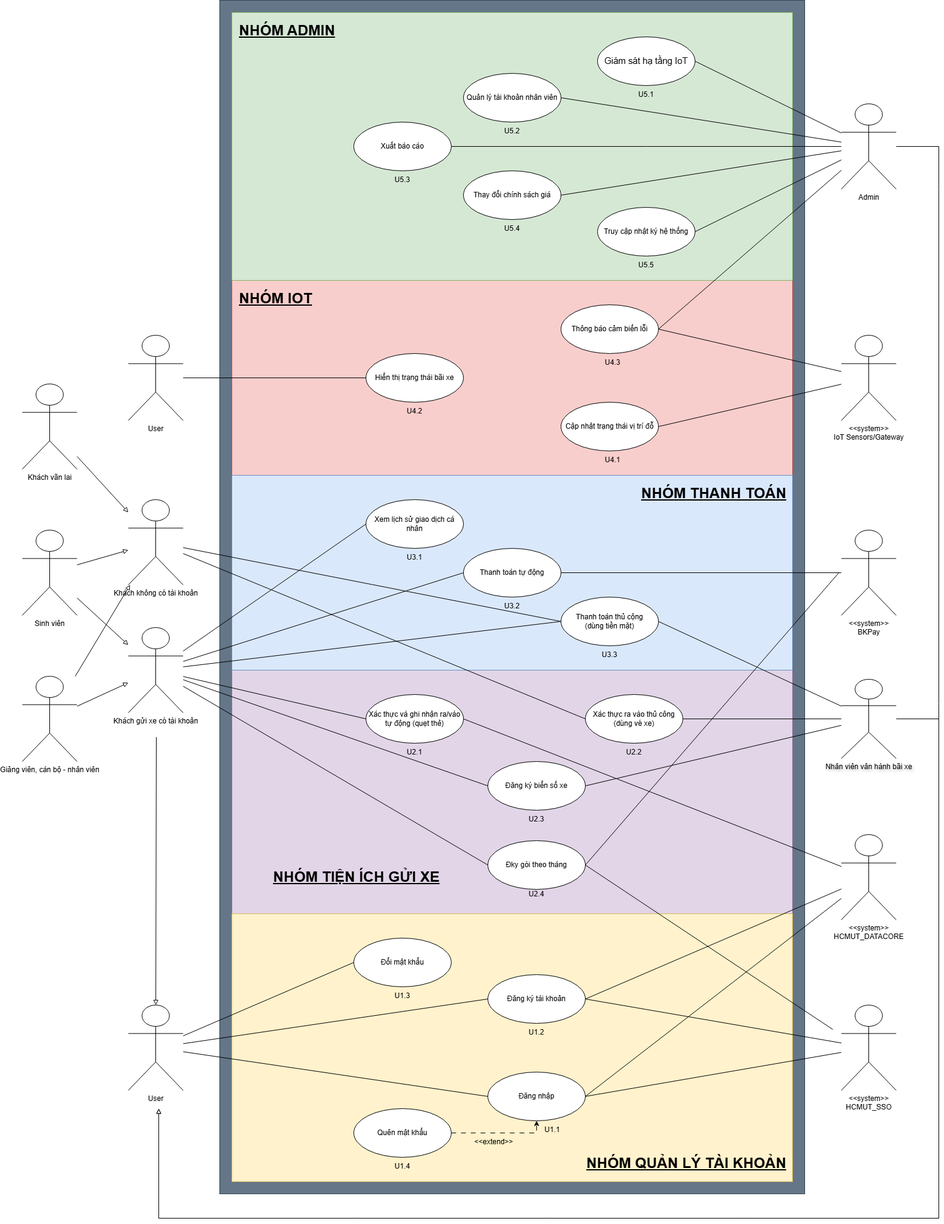
This is LaTex/pictures/usecase_diagram.png from KTX-0711/Software-Engineering-Assignment-HK252, a draw.io export, as it was before one commit. Source tidied: cells renumbered, new cells last; positions are measured from the earlier drawing's top-left corner, leaving out a move shared by most shapes.
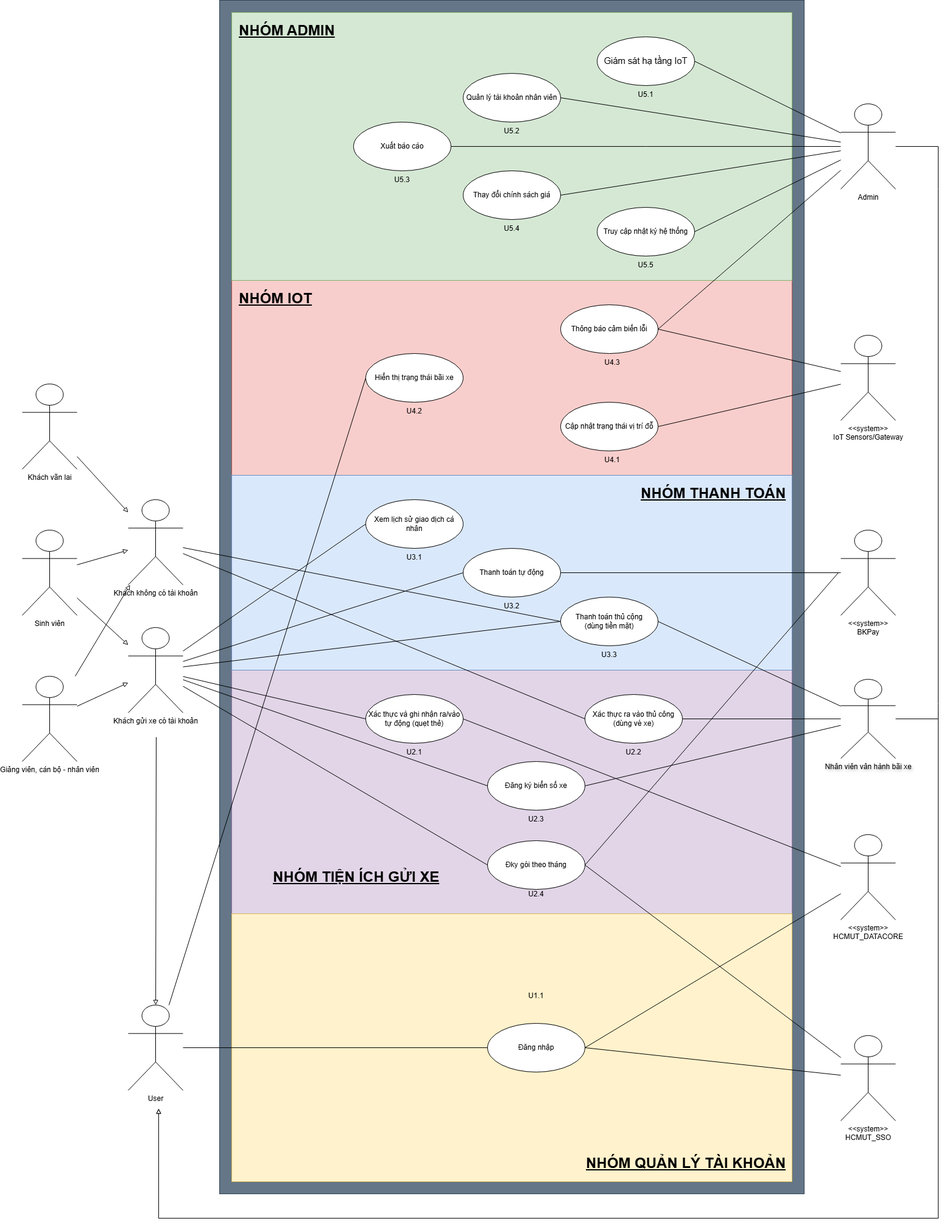
After the change.

Diff of the diagram source:
```diff
@@ -36,14 +36,11 @@
       <mxGeometry x="764" y="1380" width="160" height="80" as="geometry" />
     </mxCell>
     <mxCell id="13" value="Đăng nhập" style="shape=ellipse;whiteSpace=wrap;html=1;backgroundOutline=1;" parent="1" vertex="1">
-      <mxGeometry x="764" y="1760" width="160" height="80" as="geometry" />
+      <mxGeometry x="764" y="1680" width="160" height="80" as="geometry" />
     </mxCell>
     <mxCell id="14" value="Đăng ký biển số xe" style="shape=ellipse;whiteSpace=wrap;html=1;backgroundOutline=1;" parent="1" vertex="1">
       <mxGeometry x="764" y="1250" width="160" height="80" as="geometry" />
     </mxCell>
-    <mxCell id="15" value="Đăng ký tài khoản" style="shape=ellipse;whiteSpace=wrap;html=1;backgroundOutline=1;" parent="1" vertex="1">
-      <mxGeometry x="764" y="1600" width="160" height="80" as="geometry" />
-    </mxCell>
     <mxCell id="16" value="Thay đổi chính sách giá" style="shape=ellipse;whiteSpace=wrap;html=1;backgroundOutline=1;" parent="1" vertex="1">
       <mxGeometry x="724" y="280" width="160" height="80" as="geometry" />
     </mxCell>
@@ -63,24 +60,11 @@
       <mxGeometry x="1344" y="870" width="90" height="140" as="geometry" />
     </mxCell>
     <mxCell id="22" value="&lt;div&gt;&amp;lt;&amp;lt;system&amp;gt;&amp;gt;&lt;/div&gt;HCMUT_SSO" style="shape=umlActor;verticalLabelPosition=bottom;verticalAlign=top;html=1;outlineConnect=0;" parent="1" vertex="1">
-      <mxGeometry x="1344" y="1650" width="90" height="140" as="geometry" />
+      <mxGeometry x="1344" y="1700" width="90" height="140" as="geometry" />
     </mxCell>
     <mxCell id="23" value="&lt;div&gt;&amp;lt;&amp;lt;system&amp;gt;&amp;gt;&lt;/div&gt;&lt;div&gt;IoT Sensors/Gateway&lt;/div&gt;" style="shape=umlActor;verticalLabelPosition=bottom;verticalAlign=top;html=1;outlineConnect=0;" parent="1" vertex="1">
       <mxGeometry x="1344" y="550" width="90" height="140" as="geometry" />
     </mxCell>
-    <mxCell id="24" value="Đổi mật khẩu" style="shape=ellipse;whiteSpace=wrap;html=1;backgroundOutline=1;" parent="1" vertex="1">
-      <mxGeometry x="544" y="1540" width="160" height="80" as="geometry" />
-    </mxCell>
-    <mxCell id="25" value="Quên mật khẩu" style="shape=ellipse;whiteSpace=wrap;html=1;backgroundOutline=1;" parent="1" vertex="1">
-      <mxGeometry x="544" y="1820" width="160" height="80" as="geometry" />
-    </mxCell>
-    <mxCell id="26" style="endArrow=classic;html=1;rounded=0;dashed=1;dashPattern=8 8;entryX=0.5;entryY=1;entryDx=0;entryDy=0;exitX=1;exitY=0.5;exitDx=0;exitDy=0;" parent="1" edge="1" source="25" target="13">
-      <mxGeometry relative="1" as="geometry">
-        <Array as="points">
-          <mxPoint x="844" y="1860" />
-        </Array>
-      </mxGeometry>
-    </mxCell>
     <mxCell id="27" value="&lt;span style=&quot;&quot; class=&quot;notion-enable-hover&quot;&gt;Xác thực và ghi nhận ra/vào tự động (quẹt thẻ)&lt;/span&gt;" style="shape=ellipse;whiteSpace=wrap;html=1;backgroundOutline=1;" parent="1" vertex="1">
       <mxGeometry x="564" y="1140" width="160" height="80" as="geometry" />
     </mxCell>
@@ -93,9 +77,6 @@
     <mxCell id="30" value="User" style="shape=umlActor;verticalLabelPosition=bottom;verticalAlign=top;html=1;outlineConnect=0;" parent="1" vertex="1">
       <mxGeometry x="174" y="1650" width="90" height="140" as="geometry" />
     </mxCell>
-    <mxCell id="31" style="endArrow=none;html=1;rounded=0;entryX=0;entryY=0.5;entryDx=0;entryDy=0;" parent="1" edge="1" source="30" target="15">
-      <mxGeometry relative="1" as="geometry" />
-    </mxCell>
     <mxCell id="32" value="Khách gửi xe có tài khoản" style="shape=umlActor;verticalLabelPosition=bottom;verticalAlign=top;html=1;outlineConnect=0;" parent="1" vertex="1">
       <mxGeometry x="174" y="1030" width="90" height="140" as="geometry" />
     </mxCell>
@@ -104,9 +85,6 @@
         <mxPoint x="220" y="1210" as="sourcePoint" />
       </mxGeometry>
     </mxCell>
-    <mxCell id="34" style="endArrow=none;html=1;rounded=0;entryX=0;entryY=0.5;entryDx=0;entryDy=0;" parent="1" edge="1" source="30" target="24">
-      <mxGeometry relative="1" as="geometry" />
-    </mxCell>
     <mxCell id="35" style="endArrow=none;html=1;rounded=0;entryX=0;entryY=0.5;entryDx=0;entryDy=0;" parent="1" edge="1" source="30" target="13">
       <mxGeometry relative="1" as="geometry" />
     </mxCell>
@@ -152,9 +130,6 @@
     <mxCell id="49" style="endArrow=none;html=1;rounded=0;exitX=1;exitY=0.5;exitDx=0;exitDy=0;" parent="1" edge="1" source="13" target="22">
       <mxGeometry relative="1" as="geometry" />
     </mxCell>
-    <mxCell id="50" value="&amp;lt;&amp;lt;extend&amp;gt;&amp;gt;" style="text;html=1;whiteSpace=wrap;strokeColor=none;fillColor=none;align=center;verticalAlign=middle;rounded=0;" parent="1" vertex="1">
-      <mxGeometry x="744" y="1860" width="60" height="30" as="geometry" />
-    </mxCell>
     <mxCell id="51" value="Nhân viên vân hành bãi xe" style="shape=umlActor;verticalLabelPosition=bottom;verticalAlign=top;html=1;outlineConnect=0;textShadow=1;" parent="1" vertex="1">
       <mxGeometry x="1344" y="1115" width="90" height="130" as="geometry" />
     </mxCell>
@@ -293,30 +268,15 @@
     <mxCell id="91" value="U2.4&lt;div&gt;&lt;br&gt;&lt;/div&gt;" style="text;html=1;whiteSpace=wrap;strokeColor=none;fillColor=none;align=center;verticalAlign=middle;rounded=0;" parent="1" vertex="1">
       <mxGeometry x="814" y="1460" width="60" height="30" as="geometry" />
     </mxCell>
-    <mxCell id="92" value="U1.3" style="text;html=1;whiteSpace=wrap;strokeColor=none;fillColor=none;align=center;verticalAlign=middle;rounded=0;" parent="1" vertex="1">
-      <mxGeometry x="594" y="1620" width="60" height="30" as="geometry" />
-    </mxCell>
-    <mxCell id="93" value="U1.2" style="text;html=1;whiteSpace=wrap;strokeColor=none;fillColor=none;align=center;verticalAlign=middle;rounded=0;" parent="1" vertex="1">
-      <mxGeometry x="814" y="1680" width="60" height="30" as="geometry" />
-    </mxCell>
     <mxCell id="94" value="U1.1" style="text;html=1;whiteSpace=wrap;strokeColor=none;fillColor=none;align=center;verticalAlign=middle;rounded=0;" parent="1" vertex="1">
-      <mxGeometry x="840" y="1840" width="60" height="30" as="geometry" />
+      <mxGeometry x="814" y="1620" width="60" height="30" as="geometry" />
     </mxCell>
-    <mxCell id="95" value="U1.4" style="text;html=1;whiteSpace=wrap;strokeColor=none;fillColor=none;align=center;verticalAlign=middle;rounded=0;" parent="1" vertex="1">
-      <mxGeometry x="594" y="1900" width="60" height="30" as="geometry" />
-    </mxCell>
-    <mxCell id="96" style="endArrow=none;html=1;rounded=0;entryX=0;entryY=0.5;entryDx=0;entryDy=0;" parent="1" edge="1" source="99" target="64">
+    <mxCell id="96" style="endArrow=none;html=1;rounded=0;entryX=0;entryY=0.5;entryDx=0;entryDy=0;" parent="1" edge="1" source="30" target="64">
       <mxGeometry relative="1" as="geometry" />
     </mxCell>
-    <mxCell id="97" style="endArrow=none;html=1;rounded=0;entryX=1;entryY=0.5;entryDx=0;entryDy=0;" parent="1" edge="1" source="20" target="15">
-      <mxGeometry relative="1" as="geometry" />
-    </mxCell>
     <mxCell id="98" style="endArrow=none;html=1;rounded=0;entryX=1;entryY=0.5;entryDx=0;entryDy=0;" parent="1" edge="1" source="55" target="11">
       <mxGeometry relative="1" as="geometry" />
     </mxCell>
-    <mxCell id="99" value="User" style="shape=umlActor;verticalLabelPosition=bottom;verticalAlign=top;html=1;outlineConnect=0;" parent="1" vertex="1">
-      <mxGeometry x="174" y="550" width="90" height="140" as="geometry" />
-    </mxCell>
     <mxCell id="100" style="endArrow=none;html=1;rounded=0;entryX=1;entryY=0.5;entryDx=0;entryDy=0;" parent="1" edge="1" source="20" target="13">
       <mxGeometry relative="1" as="geometry" />
     </mxCell>
@@ -325,16 +285,11 @@
         <mxPoint x="1340" y="940" as="targetPoint" />
       </mxGeometry>
     </mxCell>
-    <mxCell id="102" style="endArrow=none;html=1;rounded=0;exitX=1;exitY=0.5;exitDx=0;exitDy=0;" parent="1" edge="1" source="12">
-      <mxGeometry relative="1" as="geometry">
-        <mxPoint x="1330" y="1690" as="targetPoint" />
-      </mxGeometry>
+    <mxCell id="102" style="endArrow=none;html=1;rounded=0;exitX=1;exitY=0.5;exitDx=0;exitDy=0;" parent="1" edge="1" source="12" target="22">
+      <mxGeometry relative="1" as="geometry" />
     </mxCell>
     <mxCell id="103" style="endArrow=none;html=1;rounded=0;entryX=1;entryY=0.5;entryDx=0;entryDy=0;" parent="1" edge="1" source="20" target="27">
       <mxGeometry relative="1" as="geometry" />
     </mxCell>
-    <mxCell id="104" style="endArrow=none;html=1;rounded=0;entryX=1;entryY=0.5;entryDx=0;entryDy=0;" parent="1" edge="1" source="22" target="15">
-      <mxGeometry relative="1" as="geometry" />
-    </mxCell>
   </root>
 </mxGraphModel>
```
